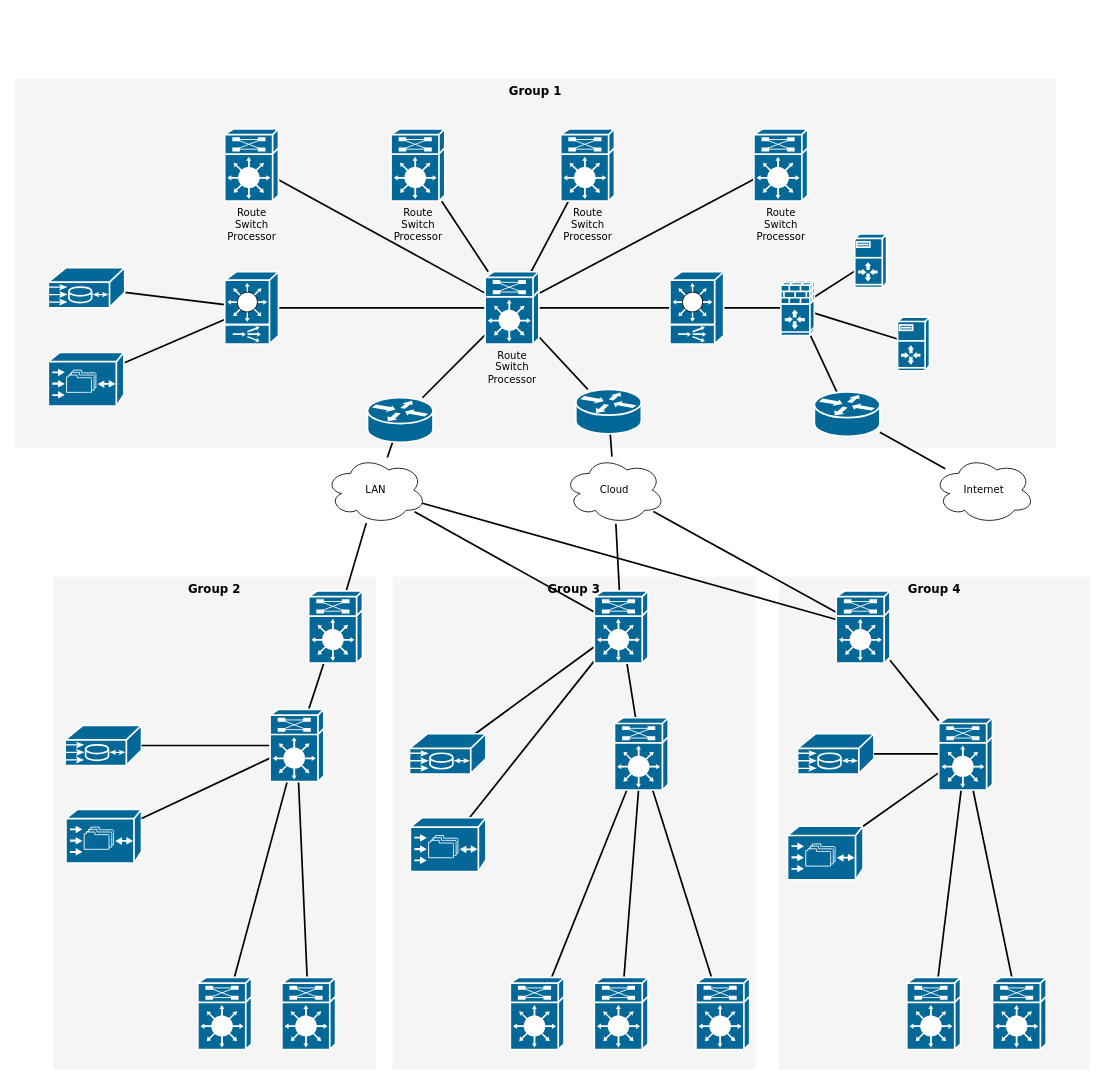
Before: Untitled Diagram.drawio in kaliadi/proyek-ku, a draw.io diagram. Source tidied: cells renumbered, new cells numbered last; positions are measured from the earlier drawing's top-left corner, leaving out a move shared by most shapes. Both pictures are drawn from the tidied source at 84%, with x=0, y=0 at pixel (14, 78).
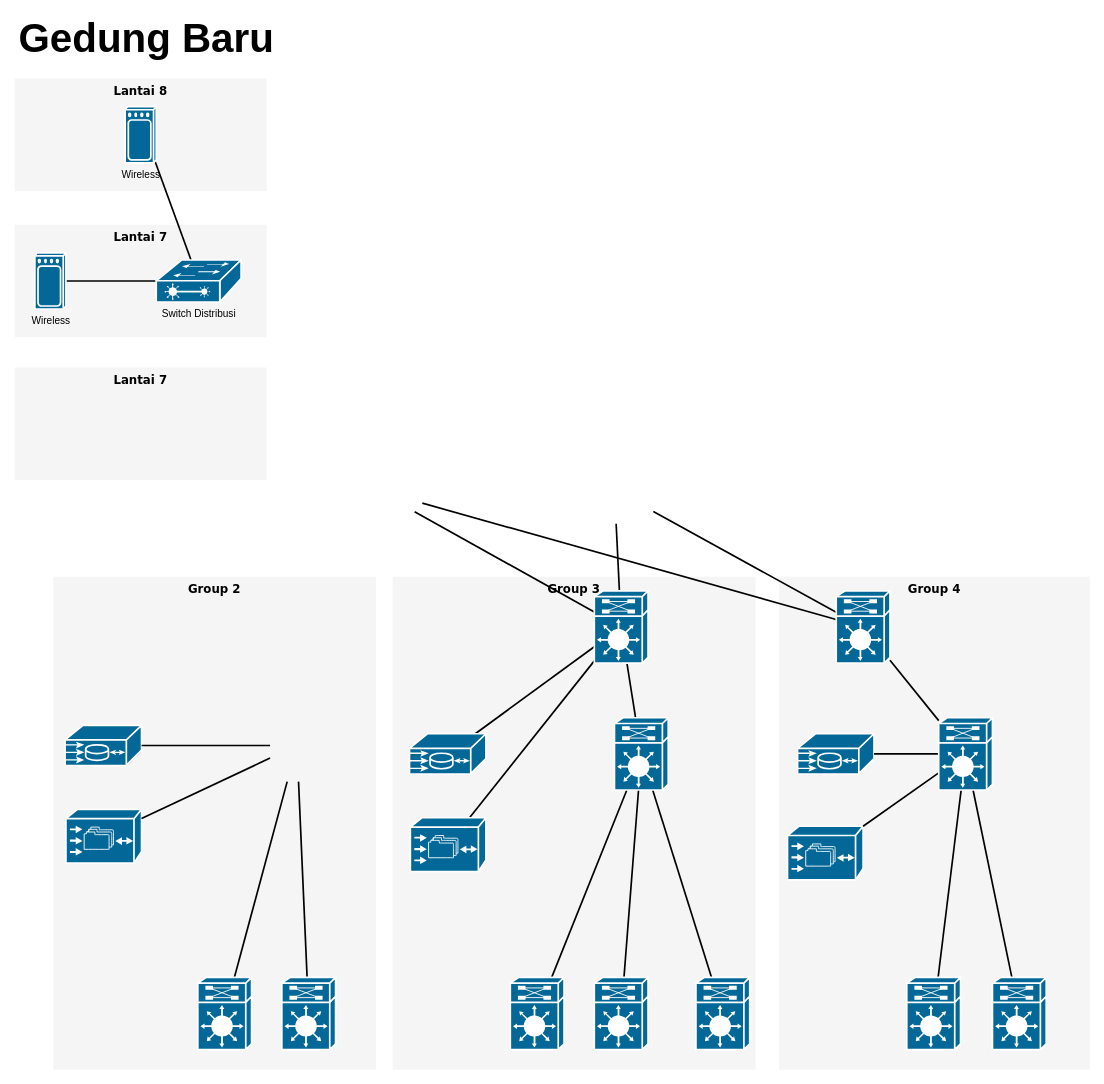
After the change.

Unchanged cells that the change refers to:
```xml
<mxCell id="45" style="shape=mxgraph.cisco.misc.route_switch_processor;html=1;dashed=0;fillColor=#036897;strokeColor=#ffffff;strokeWidth=2;verticalLabelPosition=bottom;verticalAlign=top;rounded=0;shadow=0;comic=0;fontFamily=Verdana;fontSize=12;" parent="1" vertex="1">
  <mxGeometry x="690" y="610" width="64" height="86" as="geometry" />
</mxCell>
<mxCell id="47" style="shape=mxgraph.cisco.misc.route_switch_processor;html=1;dashed=0;fillColor=#036897;strokeColor=#ffffff;strokeWidth=2;verticalLabelPosition=bottom;verticalAlign=top;rounded=0;shadow=0;comic=0;fontFamily=Verdana;fontSize=12;" parent="1" vertex="1">
  <mxGeometry x="978" y="610" width="64" height="86" as="geometry" />
</mxCell>
<mxCell id="48" style="shape=mxgraph.cisco.misc.me1100;html=1;dashed=0;fillColor=#036897;strokeColor=#ffffff;strokeWidth=2;verticalLabelPosition=bottom;verticalAlign=top;rounded=0;shadow=0;comic=0;fontFamily=Verdana;fontSize=12;" parent="1" vertex="1">
  <mxGeometry x="60" y="770" width="91" height="48" as="geometry" />
</mxCell>
<mxCell id="49" style="shape=mxgraph.cisco.storage.cisco_file_engine;html=1;dashed=0;fillColor=#036897;strokeColor=#ffffff;strokeWidth=2;verticalLabelPosition=bottom;verticalAlign=top;rounded=0;shadow=0;comic=0;fontFamily=Verdana;fontSize=12;" parent="1" vertex="1">
  <mxGeometry x="61" y="870" width="90" height="64" as="geometry" />
</mxCell>
<mxCell id="68" style="shape=mxgraph.cisco.misc.route_switch_processor;html=1;dashed=0;fillColor=#036897;strokeColor=#ffffff;strokeWidth=2;verticalLabelPosition=bottom;verticalAlign=top;rounded=0;shadow=0;comic=0;fontFamily=Verdana;fontSize=12;" parent="1" vertex="1">
  <mxGeometry x="218" y="1070" width="64" height="86" as="geometry" />
</mxCell>
<mxCell id="69" style="shape=mxgraph.cisco.misc.route_switch_processor;html=1;dashed=0;fillColor=#036897;strokeColor=#ffffff;strokeWidth=2;verticalLabelPosition=bottom;verticalAlign=top;rounded=0;shadow=0;comic=0;fontFamily=Verdana;fontSize=12;" parent="1" vertex="1">
  <mxGeometry x="318" y="1070" width="64" height="86" as="geometry" />
</mxCell>
```

Diff of the diagram source:
```diff
@@
+    <mxCell id="81" value="Lantai 7 " style="whiteSpace=wrap;html=1;rounded=0;shadow=0;comic=0;strokeWidth=1;fontFamily=Verdana;fontSize=14;fillColor=#f5f5f5;strokeColor=none;verticalAlign=top;fontStyle=1;" parent="1" vertex="1">
+      <mxGeometry y="174" width="300" height="134" as="geometry" />
+    </mxCell>
-    <mxCell id="2" value="Group 1" style="whiteSpace=wrap;html=1;rounded=0;shadow=0;comic=0;strokeWidth=1;fontFamily=Verdana;fontSize=14;fillColor=#f5f5f5;strokeColor=none;verticalAlign=top;fontStyle=1;" parent="1" vertex="1">
-      <mxGeometry width="1240" height="440" as="geometry" />
+    <mxCell id="2" value="Lantai 8 " style="whiteSpace=wrap;html=1;rounded=0;shadow=0;comic=0;strokeWidth=1;fontFamily=Verdana;fontSize=14;fillColor=#f5f5f5;strokeColor=none;verticalAlign=top;fontStyle=1;" parent="1" vertex="1">
+      <mxGeometry width="300" height="134" as="geometry" />
     </mxCell>
@@
-    <mxCell id="6" style="edgeStyle=none;html=1;labelBackgroundColor=none;startFill=0;endArrow=none;endFill=0;strokeWidth=2;fontFamily=Verdana;fontSize=12;" parent="1" edge="1" source="7" target="18">
-      <mxGeometry relative="1" as="geometry" />
-    </mxCell>
-    <mxCell id="7" value="Route&lt;div&gt;Switch&lt;/div&gt;&lt;div&gt;Processor&lt;/div&gt;" style="shape=mxgraph.cisco.misc.route_switch_processor;html=1;dashed=0;fillColor=#036897;strokeColor=#ffffff;strokeWidth=2;verticalLabelPosition=bottom;verticalAlign=top;rounded=0;shadow=0;comic=0;fontFamily=Verdana;fontSize=12;" parent="1" vertex="1">
-      <mxGeometry x="250" y="60" width="64" height="86" as="geometry" />
-    </mxCell>
-    <mxCell id="8" style="edgeStyle=none;html=1;labelBackgroundColor=none;startFill=0;endArrow=none;endFill=0;strokeWidth=2;fontFamily=Verdana;fontSize=12;" parent="1" edge="1" source="9" target="18">
-      <mxGeometry relative="1" as="geometry" />
-    </mxCell>
-    <mxCell id="9" value="Route&lt;div&gt;Switch&lt;/div&gt;&lt;div&gt;Processor&lt;/div&gt;" style="shape=mxgraph.cisco.misc.route_switch_processor;html=1;dashed=0;fillColor=#036897;strokeColor=#ffffff;strokeWidth=2;verticalLabelPosition=bottom;verticalAlign=top;rounded=0;shadow=0;comic=0;fontFamily=Verdana;fontSize=12;" parent="1" vertex="1">
-      <mxGeometry x="448" y="60" width="64" height="86" as="geometry" />
-    </mxCell>
-    <mxCell id="10" style="edgeStyle=none;html=1;labelBackgroundColor=none;startFill=0;endArrow=none;endFill=0;strokeWidth=2;fontFamily=Verdana;fontSize=12;" parent="1" edge="1" source="11" target="18">
-      <mxGeometry relative="1" as="geometry" />
-    </mxCell>
-    <mxCell id="11" value="Route&lt;div&gt;Switch&lt;/div&gt;&lt;div&gt;Processor&lt;/div&gt;" style="shape=mxgraph.cisco.misc.route_switch_processor;html=1;dashed=0;fillColor=#036897;strokeColor=#ffffff;strokeWidth=2;verticalLabelPosition=bottom;verticalAlign=top;rounded=0;shadow=0;comic=0;fontFamily=Verdana;fontSize=12;" parent="1" vertex="1">
-      <mxGeometry x="650" y="60" width="64" height="86" as="geometry" />
-    </mxCell>
-    <mxCell id="12" style="edgeStyle=none;html=1;labelBackgroundColor=none;startFill=0;endArrow=none;endFill=0;strokeWidth=2;fontFamily=Verdana;fontSize=12;" parent="1" edge="1" source="13" target="18">
-      <mxGeometry relative="1" as="geometry" />
-    </mxCell>
-    <mxCell id="13" value="Route&lt;div&gt;Switch&lt;/div&gt;&lt;div&gt;Processor&lt;/div&gt;" style="shape=mxgraph.cisco.misc.route_switch_processor;html=1;dashed=0;fillColor=#036897;strokeColor=#ffffff;strokeWidth=2;verticalLabelPosition=bottom;verticalAlign=top;rounded=0;shadow=0;comic=0;fontFamily=Verdana;fontSize=12;" parent="1" vertex="1">
-      <mxGeometry x="880" y="60" width="64" height="86" as="geometry" />
-    </mxCell>
-    <mxCell id="14" style="edgeStyle=none;html=1;labelBackgroundColor=none;startFill=0;endArrow=none;endFill=0;strokeWidth=2;fontFamily=Verdana;fontSize=12;" parent="1" edge="1" source="18" target="23">
-      <mxGeometry relative="1" as="geometry" />
-    </mxCell>
-    <mxCell id="15" style="edgeStyle=none;html=1;labelBackgroundColor=none;startFill=0;endArrow=none;endFill=0;strokeWidth=2;fontFamily=Verdana;fontSize=12;" parent="1" edge="1" source="18" target="21">
-      <mxGeometry relative="1" as="geometry" />
-    </mxCell>
-    <mxCell id="16" style="edgeStyle=none;html=1;labelBackgroundColor=none;startFill=0;endArrow=none;endFill=0;strokeWidth=2;fontFamily=Verdana;fontSize=12;" parent="1" edge="1" source="18" target="76">
-      <mxGeometry relative="1" as="geometry" />
-    </mxCell>
-    <mxCell id="17" style="edgeStyle=none;html=1;labelBackgroundColor=none;startFill=0;endArrow=none;endFill=0;strokeWidth=2;fontFamily=Verdana;fontSize=12;" parent="1" edge="1" source="18" target="78">
-      <mxGeometry relative="1" as="geometry" />
-    </mxCell>
-    <mxCell id="18" value="Route&lt;div&gt;Switch&lt;/div&gt;&lt;div&gt;Processor&lt;/div&gt;" style="shape=mxgraph.cisco.misc.route_switch_processor;html=1;dashed=0;fillColor=#036897;strokeColor=#ffffff;strokeWidth=2;verticalLabelPosition=bottom;verticalAlign=top;rounded=0;shadow=0;comic=0;fontFamily=Verdana;fontSize=12;" parent="1" vertex="1">
-      <mxGeometry x="560" y="230" width="64" height="86" as="geometry" />
-    </mxCell>
-    <mxCell id="19" style="edgeStyle=none;html=1;labelBackgroundColor=none;startFill=0;endArrow=none;endFill=0;strokeWidth=2;fontFamily=Verdana;fontSize=12;" parent="1" edge="1" source="21" target="25">
-      <mxGeometry relative="1" as="geometry" />
-    </mxCell>
-    <mxCell id="20" style="edgeStyle=none;html=1;labelBackgroundColor=none;startFill=0;endArrow=none;endFill=0;strokeWidth=2;fontFamily=Verdana;fontSize=12;" parent="1" edge="1" source="21" target="24">
-      <mxGeometry relative="1" as="geometry" />
-    </mxCell>
-    <mxCell id="21" style="shape=mxgraph.cisco.switches.content_switch;html=1;dashed=0;fillColor=#036897;strokeColor=#ffffff;strokeWidth=2;verticalLabelPosition=bottom;verticalAlign=top;rounded=0;shadow=0;comic=0;fontFamily=Verdana;fontSize=12;" parent="1" vertex="1">
-      <mxGeometry x="250" y="230" width="64" height="86" as="geometry" />
-    </mxCell>
-    <mxCell id="22" style="edgeStyle=none;html=1;labelBackgroundColor=none;startFill=0;endArrow=none;endFill=0;strokeWidth=2;fontFamily=Verdana;fontSize=12;" parent="1" edge="1" source="23" target="29">
-      <mxGeometry relative="1" as="geometry" />
-    </mxCell>
-    <mxCell id="23" style="shape=mxgraph.cisco.switches.content_switch;html=1;dashed=0;fillColor=#036897;strokeColor=#ffffff;strokeWidth=2;verticalLabelPosition=bottom;verticalAlign=top;rounded=0;shadow=0;comic=0;fontFamily=Verdana;fontSize=12;" parent="1" vertex="1">
-      <mxGeometry x="780" y="230" width="64" height="86" as="geometry" />
-    </mxCell>
-    <mxCell id="24" style="shape=mxgraph.cisco.storage.cisco_file_engine;html=1;dashed=0;fillColor=#036897;strokeColor=#ffffff;strokeWidth=2;verticalLabelPosition=bottom;verticalAlign=top;rounded=0;shadow=0;comic=0;fontFamily=Verdana;fontSize=12;" parent="1" vertex="1">
-      <mxGeometry x="40" y="326" width="90" height="64" as="geometry" />
-    </mxCell>
-    <mxCell id="25" style="shape=mxgraph.cisco.misc.me1100;html=1;dashed=0;fillColor=#036897;strokeColor=#ffffff;strokeWidth=2;verticalLabelPosition=bottom;verticalAlign=top;rounded=0;shadow=0;comic=0;fontFamily=Verdana;fontSize=12;" parent="1" vertex="1">
-      <mxGeometry x="40" y="225" width="91" height="48" as="geometry" />
-    </mxCell>
-    <mxCell id="26" style="edgeStyle=none;html=1;labelBackgroundColor=none;startFill=0;endArrow=none;endFill=0;strokeWidth=2;fontFamily=Verdana;fontSize=12;" parent="1" edge="1" source="29" target="30">
-      <mxGeometry relative="1" as="geometry" />
-    </mxCell>
-    <mxCell id="27" style="edgeStyle=none;html=1;labelBackgroundColor=none;startFill=0;endArrow=none;endFill=0;strokeWidth=2;fontFamily=Verdana;fontSize=12;" parent="1" edge="1" source="29" target="31">
-      <mxGeometry relative="1" as="geometry" />
-    </mxCell>
-    <mxCell id="28" style="edgeStyle=none;html=1;labelBackgroundColor=none;startFill=0;endArrow=none;endFill=0;strokeWidth=2;fontFamily=Verdana;fontSize=12;" parent="1" edge="1" source="29" target="80">
-      <mxGeometry relative="1" as="geometry" />
-    </mxCell>
-    <mxCell id="29" style="shape=mxgraph.cisco.security.ios_firewall;html=1;dashed=0;fillColor=#036897;strokeColor=#ffffff;strokeWidth=2;verticalLabelPosition=bottom;verticalAlign=top;rounded=0;shadow=0;comic=0;fontFamily=Verdana;fontSize=12;" parent="1" vertex="1">
-      <mxGeometry x="912" y="240" width="40" height="66" as="geometry" />
-    </mxCell>
-    <mxCell id="30" style="shape=mxgraph.cisco.servers.server_with_router;html=1;dashed=0;fillColor=#036897;strokeColor=#ffffff;strokeWidth=2;verticalLabelPosition=bottom;verticalAlign=top;rounded=0;shadow=0;comic=0;fontFamily=Verdana;fontSize=12;" parent="1" vertex="1">
-      <mxGeometry x="1000" y="185" width="38" height="64" as="geometry" />
-    </mxCell>
-    <mxCell id="31" style="shape=mxgraph.cisco.servers.server_with_router;html=1;dashed=0;fillColor=#036897;strokeColor=#ffffff;strokeWidth=2;verticalLabelPosition=bottom;verticalAlign=top;rounded=0;shadow=0;comic=0;fontFamily=Verdana;fontSize=12;" parent="1" vertex="1">
-      <mxGeometry x="1051" y="284" width="38" height="64" as="geometry" />
-    </mxCell>
-    <mxCell id="32" style="edgeStyle=none;html=1;labelBackgroundColor=none;startFill=0;endArrow=none;endFill=0;strokeWidth=2;fontFamily=Verdana;fontSize=12;" parent="1" edge="1" source="35" target="41">
+    <mxCell id="32" style="edgeStyle=none;html=1;labelBackgroundColor=none;startFill=0;endArrow=none;endFill=0;strokeWidth=2;fontFamily=Verdana;fontSize=12;exitX=0.96;exitY=0.97;exitDx=0;exitDy=0;exitPerimeter=0;" parent="1" edge="1" source="83" target="84">
       <mxGeometry relative="1" as="geometry" />
     </mxCell>
-    <mxCell id="33" style="edgeStyle=none;html=1;labelBackgroundColor=none;startFill=0;endArrow=none;endFill=0;strokeWidth=2;fontFamily=Verdana;fontSize=12;" parent="1" edge="1" source="35" target="45">
-      <mxGeometry relative="1" as="geometry" />
+    <mxCell id="33" style="edgeStyle=none;html=1;labelBackgroundColor=none;startFill=0;endArrow=none;endFill=0;strokeWidth=2;fontFamily=Verdana;fontSize=12;" parent="1" edge="1" target="45">
+      <mxGeometry relative="1" as="geometry">
+        <mxPoint x="476.1" y="515.6" as="sourcePoint" />
+      </mxGeometry>
     </mxCell>
-    <mxCell id="34" style="edgeStyle=none;html=1;labelBackgroundColor=none;startFill=0;endArrow=none;endFill=0;strokeWidth=2;fontFamily=Verdana;fontSize=12;" parent="1" edge="1" source="35" target="47">
-      <mxGeometry relative="1" as="geometry" />
+    <mxCell id="34" style="edgeStyle=none;html=1;labelBackgroundColor=none;startFill=0;endArrow=none;endFill=0;strokeWidth=2;fontFamily=Verdana;fontSize=12;" parent="1" edge="1" target="47">
+      <mxGeometry relative="1" as="geometry">
+        <mxPoint x="485.3" y="505.5" as="sourcePoint" />
+      </mxGeometry>
     </mxCell>
-    <mxCell id="35" value="LAN" style="ellipse;shape=cloud;whiteSpace=wrap;html=1;rounded=0;shadow=0;comic=0;strokeWidth=1;fontFamily=Verdana;fontSize=12;" parent="1" vertex="1">
-      <mxGeometry x="370" y="450" width="120" height="80" as="geometry" />
-    </mxCell>
-    <mxCell id="36" style="edgeStyle=none;html=1;labelBackgroundColor=none;startFill=0;endArrow=none;endFill=0;strokeWidth=2;fontFamily=Verdana;fontSize=12;" parent="1" edge="1" source="38" target="45">
-      <mxGeometry relative="1" as="geometry" />
+    <mxCell id="36" style="edgeStyle=none;html=1;labelBackgroundColor=none;startFill=0;endArrow=none;endFill=0;strokeWidth=2;fontFamily=Verdana;fontSize=12;" parent="1" edge="1" target="45">
+      <mxGeometry relative="1" as="geometry">
+        <mxPoint x="716" y="530" as="sourcePoint" />
+      </mxGeometry>
     </mxCell>
-    <mxCell id="37" style="edgeStyle=none;html=1;labelBackgroundColor=none;startFill=0;endArrow=none;endFill=0;strokeWidth=2;fontFamily=Verdana;fontSize=12;" parent="1" edge="1" source="38" target="47">
-      <mxGeometry relative="1" as="geometry" />
+    <mxCell id="37" style="edgeStyle=none;html=1;labelBackgroundColor=none;startFill=0;endArrow=none;endFill=0;strokeWidth=2;fontFamily=Verdana;fontSize=12;" parent="1" edge="1" target="47">
+      <mxGeometry relative="1" as="geometry">
+        <mxPoint x="760.3" y="515.4" as="sourcePoint" />
+      </mxGeometry>
     </mxCell>
-    <mxCell id="38" value="Cloud" style="ellipse;shape=cloud;whiteSpace=wrap;html=1;rounded=0;shadow=0;comic=0;strokeWidth=1;fontFamily=Verdana;fontSize=12;" parent="1" vertex="1">
-      <mxGeometry x="654" y="450" width="120" height="80" as="geometry" />
-    </mxCell>
-    <mxCell id="39" value="Internet" style="ellipse;shape=cloud;whiteSpace=wrap;html=1;rounded=0;shadow=0;comic=0;strokeWidth=1;fontFamily=Verdana;fontSize=12;" parent="1" vertex="1">
-      <mxGeometry x="1094" y="450" width="120" height="80" as="geometry" />
-    </mxCell>
-    <mxCell id="40" style="edgeStyle=none;html=1;labelBackgroundColor=none;startFill=0;endArrow=none;endFill=0;strokeWidth=2;fontFamily=Verdana;fontSize=12;" parent="1" edge="1" source="41" target="54">
+    <mxCell id="40" style="edgeStyle=none;html=1;labelBackgroundColor=none;startFill=0;endArrow=none;endFill=0;strokeWidth=2;fontFamily=Verdana;fontSize=12;exitX=0;exitY=0.5;exitDx=0;exitDy=0;exitPerimeter=0;entryX=1;entryY=0.5;entryDx=0;entryDy=0;entryPerimeter=0;" parent="1" edge="1" source="84" target="85">
       <mxGeometry relative="1" as="geometry" />
     </mxCell>
-    <mxCell id="41" style="shape=mxgraph.cisco.misc.route_switch_processor;html=1;dashed=0;fillColor=#036897;strokeColor=#ffffff;strokeWidth=2;verticalLabelPosition=bottom;verticalAlign=top;rounded=0;shadow=0;comic=0;fontFamily=Verdana;fontSize=12;" parent="1" vertex="1">
-      <mxGeometry x="350" y="610" width="64" height="86" as="geometry" />
-    </mxCell>
@@
-    <mxCell id="50" style="edgeStyle=none;html=1;labelBackgroundColor=none;startFill=0;endArrow=none;endFill=0;strokeWidth=2;fontFamily=Verdana;fontSize=12;" parent="1" edge="1" source="54" target="48">
-      <mxGeometry relative="1" as="geometry" />
+    <mxCell id="50" style="edgeStyle=none;html=1;labelBackgroundColor=none;startFill=0;endArrow=none;endFill=0;strokeWidth=2;fontFamily=Verdana;fontSize=12;" parent="1" edge="1" target="48">
+      <mxGeometry relative="1" as="geometry">
+        <mxPoint x="304" y="794" as="sourcePoint" />
+      </mxGeometry>
     </mxCell>
-    <mxCell id="51" style="edgeStyle=none;html=1;labelBackgroundColor=none;startFill=0;endArrow=none;endFill=0;strokeWidth=2;fontFamily=Verdana;fontSize=12;" parent="1" edge="1" source="54" target="49">
-      <mxGeometry relative="1" as="geometry" />
+    <mxCell id="51" style="edgeStyle=none;html=1;labelBackgroundColor=none;startFill=0;endArrow=none;endFill=0;strokeWidth=2;fontFamily=Verdana;fontSize=12;" parent="1" edge="1" target="49">
+      <mxGeometry relative="1" as="geometry">
+        <mxPoint x="304" y="809" as="sourcePoint" />
+      </mxGeometry>
     </mxCell>
-    <mxCell id="52" style="edgeStyle=none;html=1;labelBackgroundColor=none;startFill=0;endArrow=none;endFill=0;strokeWidth=2;fontFamily=Verdana;fontSize=12;" parent="1" edge="1" source="54" target="69">
-      <mxGeometry relative="1" as="geometry" />
+    <mxCell id="52" style="edgeStyle=none;html=1;labelBackgroundColor=none;startFill=0;endArrow=none;endFill=0;strokeWidth=2;fontFamily=Verdana;fontSize=12;" parent="1" edge="1" target="69">
+      <mxGeometry relative="1" as="geometry">
+        <mxPoint x="337.9" y="837" as="sourcePoint" />
+      </mxGeometry>
     </mxCell>
-    <mxCell id="53" style="edgeStyle=none;html=1;labelBackgroundColor=none;startFill=0;endArrow=none;endFill=0;strokeWidth=2;fontFamily=Verdana;fontSize=12;" parent="1" edge="1" source="54" target="68">
-      <mxGeometry relative="1" as="geometry" />
+    <mxCell id="53" style="edgeStyle=none;html=1;labelBackgroundColor=none;startFill=0;endArrow=none;endFill=0;strokeWidth=2;fontFamily=Verdana;fontSize=12;" parent="1" edge="1" target="68">
+      <mxGeometry relative="1" as="geometry">
+        <mxPoint x="324.4" y="837" as="sourcePoint" />
+      </mxGeometry>
     </mxCell>
-    <mxCell id="54" style="shape=mxgraph.cisco.misc.route_switch_processor;html=1;dashed=0;fillColor=#036897;strokeColor=#ffffff;strokeWidth=2;verticalLabelPosition=bottom;verticalAlign=top;rounded=0;shadow=0;comic=0;fontFamily=Verdana;fontSize=12;" parent="1" vertex="1">
-      <mxGeometry x="304" y="751" width="64" height="86" as="geometry" />
-    </mxCell>
@@
-    <mxCell id="75" style="edgeStyle=none;html=1;labelBackgroundColor=none;startFill=0;endArrow=none;endFill=0;strokeWidth=2;fontFamily=Verdana;fontSize=12;" parent="1" edge="1" source="76" target="35">
-      <mxGeometry relative="1" as="geometry" />
-    </mxCell>
-    <mxCell id="76" style="shape=mxgraph.cisco.routers.router;html=1;dashed=0;fillColor=#036897;strokeColor=#ffffff;strokeWidth=2;verticalLabelPosition=bottom;verticalAlign=top;rounded=0;shadow=0;comic=0;fontFamily=Verdana;fontSize=12;" parent="1" vertex="1">
-      <mxGeometry x="420" y="380" width="78" height="53" as="geometry" />
-    </mxCell>
-    <mxCell id="77" style="edgeStyle=none;html=1;labelBackgroundColor=none;startFill=0;endArrow=none;endFill=0;strokeWidth=2;fontFamily=Verdana;fontSize=12;" parent="1" edge="1" source="78" target="38">
-      <mxGeometry relative="1" as="geometry" />
-    </mxCell>
-    <mxCell id="78" style="shape=mxgraph.cisco.routers.router;html=1;dashed=0;fillColor=#036897;strokeColor=#ffffff;strokeWidth=2;verticalLabelPosition=bottom;verticalAlign=top;rounded=0;shadow=0;comic=0;fontFamily=Verdana;fontSize=12;" parent="1" vertex="1">
-      <mxGeometry x="668" y="370" width="78" height="53" as="geometry" />
-    </mxCell>
-    <mxCell id="79" style="edgeStyle=none;html=1;labelBackgroundColor=none;startFill=0;endArrow=none;endFill=0;strokeWidth=2;fontFamily=Verdana;fontSize=12;" parent="1" edge="1" source="80" target="39">
-      <mxGeometry relative="1" as="geometry" />
-    </mxCell>
-    <mxCell id="80" style="shape=mxgraph.cisco.routers.router;html=1;dashed=0;fillColor=#036897;strokeColor=#ffffff;strokeWidth=2;verticalLabelPosition=bottom;verticalAlign=top;rounded=0;shadow=0;comic=0;fontFamily=Verdana;fontSize=12;" parent="1" vertex="1">
-      <mxGeometry x="952" y="373" width="78" height="53" as="geometry" />
-    </mxCell>
+    <mxCell id="82" value="&lt;b&gt;&lt;font style=&quot;font-size: 48px&quot;&gt;Gedung Baru&lt;/font&gt;&lt;/b&gt;" style="text;html=1;strokeColor=none;fillColor=none;spacing=5;spacingTop=-20;whiteSpace=wrap;overflow=hidden;rounded=0;" parent="1" vertex="1">
+      <mxGeometry y="-66" width="340" height="50" as="geometry" />
+    </mxCell>
+    <mxCell id="83" value="Wireless" style="shape=mxgraph.cisco.wireless.wireless;html=1;dashed=0;fillColor=#036897;strokeColor=#ffffff;strokeWidth=2;verticalLabelPosition=bottom;verticalAlign=top;align=center;outlineConnect=0;" parent="1" vertex="1">
+      <mxGeometry x="131.5" y="33.5" width="37" height="67" as="geometry" />
+    </mxCell>
+    <mxCell id="84" value="&lt;div&gt;Switch Distribusi&lt;/div&gt;" style="shape=mxgraph.cisco.switches.layer_2_remote_switch;html=1;dashed=0;fillColor=#036897;strokeColor=#ffffff;strokeWidth=2;verticalLabelPosition=bottom;verticalAlign=top;align=center;outlineConnect=0;" parent="1" vertex="1">
+      <mxGeometry x="168.5" y="216" width="101" height="50" as="geometry" />
+    </mxCell>
+    <mxCell id="85" value="Wireless" style="shape=mxgraph.cisco.wireless.wireless;html=1;dashed=0;fillColor=#036897;strokeColor=#ffffff;strokeWidth=2;verticalLabelPosition=bottom;verticalAlign=top;align=center;outlineConnect=0;" parent="1" vertex="1">
+      <mxGeometry x="24" y="207.5" width="37" height="67" as="geometry" />
+    </mxCell>
+    <mxCell id="86" value="Lantai 7 " style="whiteSpace=wrap;html=1;rounded=0;shadow=0;comic=0;strokeWidth=1;fontFamily=Verdana;fontSize=14;fillColor=#f5f5f5;strokeColor=none;verticalAlign=top;fontStyle=1;" parent="1" vertex="1">
+      <mxGeometry y="344" width="300" height="134" as="geometry" />
+    </mxCell>
```
